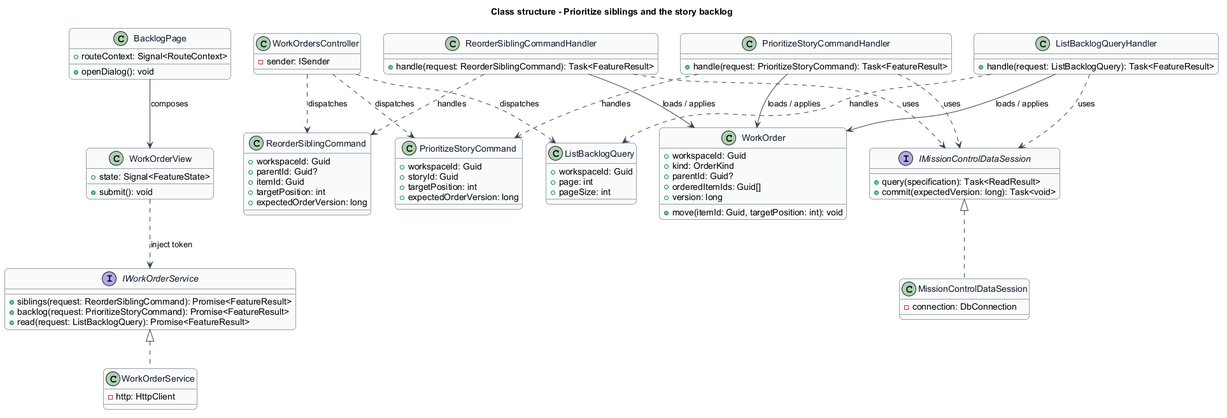
Earlier version of the PlantUML export docs/detailed-designs/work/prioritize-work/diagrams/class-structure.png (QuinntyneBrown/mission-control). Its diagram source:
```plantuml
@startuml
skinparam backgroundColor #FFFFFF
skinparam shadowing false
skinparam roundcorner 12
skinparam defaultFontName Arial
skinparam ArrowColor #344054
skinparam rectangle {
  BorderColor #344054
  FontColor #101828
}
skinparam package {
  BorderColor #667085
  FontColor #101828
  BackgroundColor #F9FAFB
}
title Class structure - Prioritize siblings and the story backlog
skinparam class {
  BorderColor #344054
  FontColor #101828
  BackgroundColor #F9FAFB
}
class BacklogPage {
  +routeContext: Signal<RouteContext>
  +openDialog(): void
}
class WorkOrderView {
  +state: Signal<FeatureState>
  +submit(): void
}
interface IWorkOrderService {
  +siblings(request: ReorderSiblingCommand): Promise<FeatureResult>
  +backlog(request: PrioritizeStoryCommand): Promise<FeatureResult>
  +read(request: ListBacklogQuery): Promise<FeatureResult>
}
class WorkOrderService {
  -http: HttpClient
}
class WorkOrdersController {
  -sender: ISender
}
class WorkOrder {
  +workspaceId: Guid
  +kind: OrderKind
  +parentId: Guid?
  +orderedItemIds: Guid[]
  +version: long
  +move(itemId: Guid, targetPosition: int): void
}
interface IMissionControlDataSession {
  +query(specification): Task<ReadResult>
  +commit(expectedVersion: long): Task<void>
}
class MissionControlDataSession {
  -connection: DbConnection
}
BacklogPage --> WorkOrderView : composes
WorkOrderView ..> IWorkOrderService : inject token
IWorkOrderService <|.. WorkOrderService
IMissionControlDataSession <|.. MissionControlDataSession
class ReorderSiblingCommand {
  +workspaceId: Guid
  +parentId: Guid?
  +itemId: Guid
  +targetPosition: int
  +expectedOrderVersion: long
}
class ReorderSiblingCommandHandler {
  +handle(request: ReorderSiblingCommand): Task<FeatureResult>
}
WorkOrdersController ..> ReorderSiblingCommand : dispatches
ReorderSiblingCommandHandler ..> ReorderSiblingCommand : handles
ReorderSiblingCommandHandler --> WorkOrder : loads / applies
ReorderSiblingCommandHandler ..> IMissionControlDataSession : uses
class PrioritizeStoryCommand {
  +workspaceId: Guid
  +storyId: Guid
  +targetPosition: int
  +expectedOrderVersion: long
}
class PrioritizeStoryCommandHandler {
  +handle(request: PrioritizeStoryCommand): Task<FeatureResult>
}
WorkOrdersController ..> PrioritizeStoryCommand : dispatches
PrioritizeStoryCommandHandler ..> PrioritizeStoryCommand : handles
PrioritizeStoryCommandHandler --> WorkOrder : loads / applies
PrioritizeStoryCommandHandler ..> IMissionControlDataSession : uses
class ListBacklogQuery {
  +workspaceId: Guid
  +page: int
  +pageSize: int
}
class ListBacklogQueryHandler {
  +handle(request: ListBacklogQuery): Task<FeatureResult>
}
WorkOrdersController ..> ListBacklogQuery : dispatches
ListBacklogQueryHandler ..> ListBacklogQuery : handles
ListBacklogQueryHandler --> WorkOrder : loads / applies
ListBacklogQueryHandler ..> IMissionControlDataSession : uses

@enduml
```
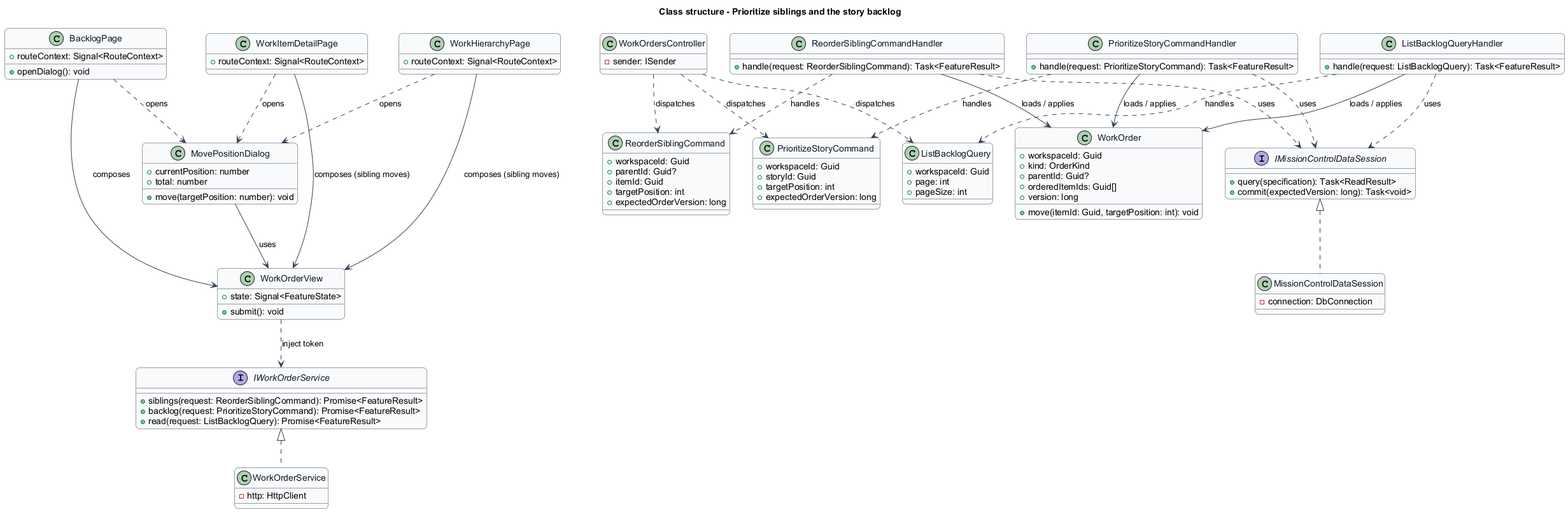
Later version of the same file.

What changed in the source:
```diff
@@ -22,6 +22,17 @@
 class BacklogPage {
   +routeContext: Signal<RouteContext>
   +openDialog(): void
+}
+class WorkHierarchyPage {
+  +routeContext: Signal<RouteContext>
+}
+class WorkItemDetailPage {
+  +routeContext: Signal<RouteContext>
+}
+class MovePositionDialog {
+  +currentPosition: number
+  +total: number
+  +move(targetPosition: number): void
 }
 class WorkOrderView {
   +state: Signal<FeatureState>
@@ -54,6 +65,12 @@
   -connection: DbConnection
 }
 BacklogPage --> WorkOrderView : composes
+WorkHierarchyPage --> WorkOrderView : composes (sibling moves)
+WorkItemDetailPage --> WorkOrderView : composes (sibling moves)
+MovePositionDialog --> WorkOrderView : uses
+BacklogPage ..> MovePositionDialog : opens
+WorkHierarchyPage ..> MovePositionDialog : opens
+WorkItemDetailPage ..> MovePositionDialog : opens
 WorkOrderView ..> IWorkOrderService : inject token
 IWorkOrderService <|.. WorkOrderService
 IMissionControlDataSession <|.. MissionControlDataSession
```
